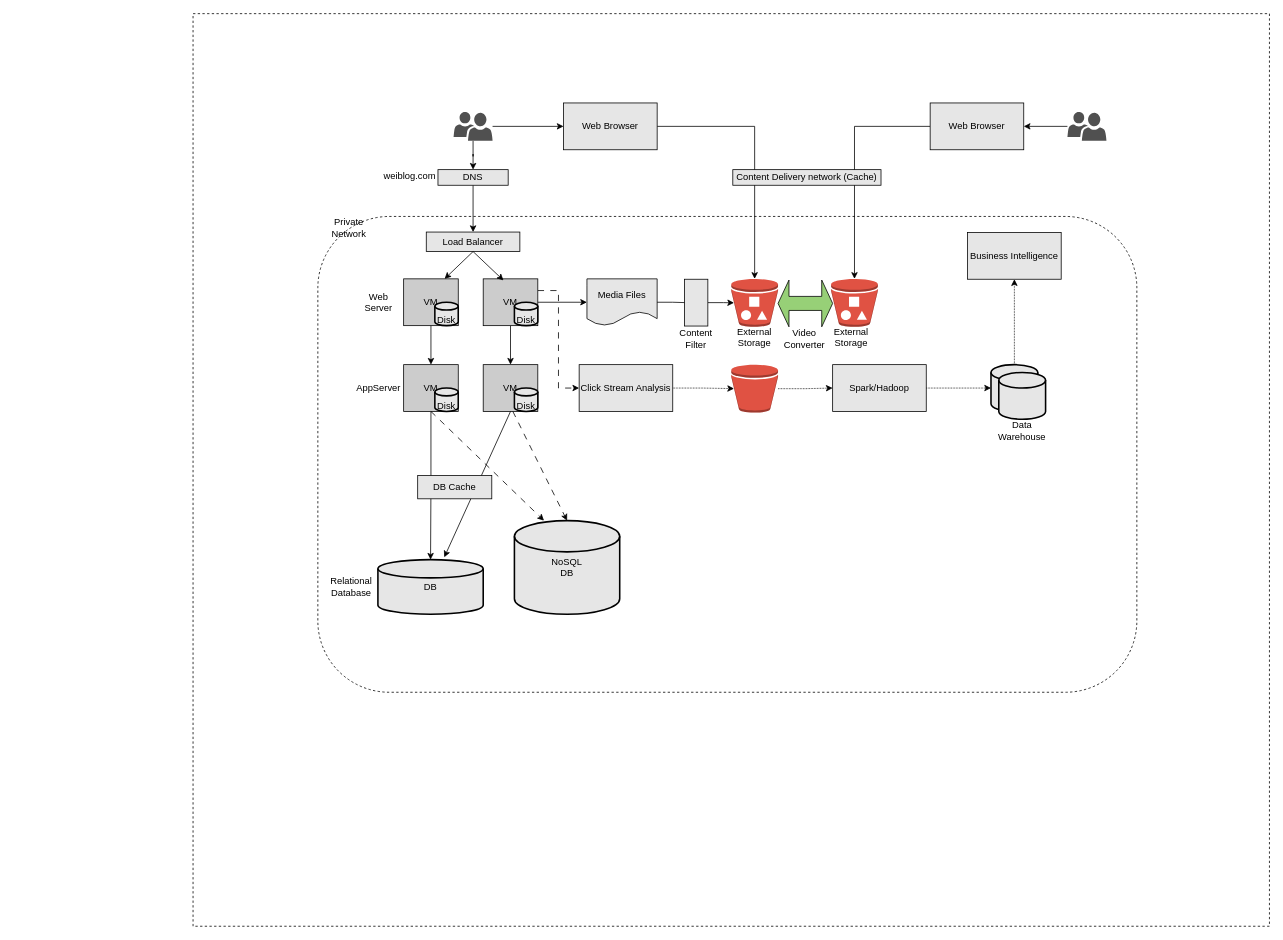
This is drawio/AWSIntro.drawio from GuilinDev/Notes, a draw.io file, before an edit. Source tidied: cells renumbered, new cells numbered last; positions are measured from the earlier drawing's top-left corner, leaving out a move shared by most shapes. Both pictures are drawn from the tidied source at 78%, with x=0, y=0 at pixel (193, 13).
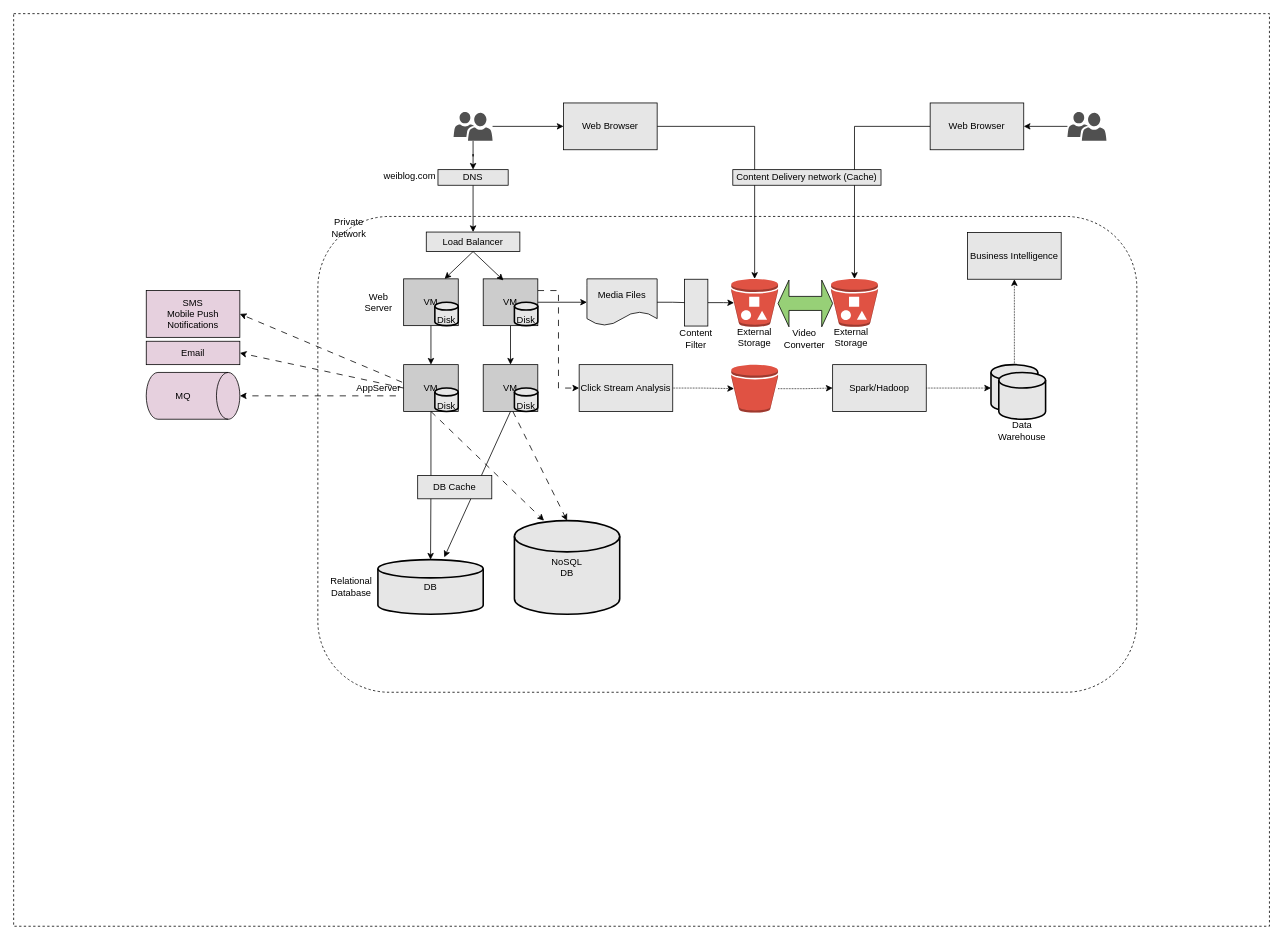
Above is the later version.

Unchanged cells that the change refers to:
```xml
<mxCell id="15" value="AppServer" style="text;html=1;strokeColor=none;fillColor=none;align=center;verticalAlign=middle;whiteSpace=wrap;rounded=0;dashed=1;" parent="1" vertex="1">
  <mxGeometry x="208" y="465" width="60" height="30" as="geometry" />
</mxCell>
```

What changed in the source:
```diff
@@
     <mxCell id="2" style="rounded=0;whiteSpace=wrap;html=1;dashed=1;" parent="1" vertex="1">
-      <mxGeometry width="1380" height="1170" as="geometry" />
+      <mxGeometry x="-230" width="1610" height="1170" as="geometry" />
     </mxCell>
@@
+    <mxCell id="65" value="SMS&lt;br&gt;Mobile Push Notifications" style="rounded=0;whiteSpace=wrap;html=1;fillColor=#E6D0DE;" parent="1" vertex="1">
+      <mxGeometry x="-60" y="355" width="120" height="60" as="geometry" />
+    </mxCell>
+    <mxCell id="66" style="endArrow=classic;html=1;rounded=0;exitX=1;exitY=0.25;exitDx=0;exitDy=0;entryX=1;entryY=0.5;entryDx=0;entryDy=0;dashed=1;dashPattern=8 8;" parent="1" edge="1" source="15" target="65">
+      <mxGeometry relative="1" as="geometry" />
+    </mxCell>
+    <mxCell id="67" value="Email" style="rounded=0;whiteSpace=wrap;html=1;fillColor=#E6D0DE;" parent="1" vertex="1">
+      <mxGeometry x="-60" y="420" width="120" height="30" as="geometry" />
+    </mxCell>
+    <mxCell id="68" value="MQ" style="shape=cylinder3;whiteSpace=wrap;html=1;boundedLbl=1;backgroundOutline=1;size=15;fillColor=#E6D0DE;direction=south;" parent="1" vertex="1">
+      <mxGeometry x="-60" y="460" width="120" height="60" as="geometry" />
+    </mxCell>
+    <mxCell id="69" style="endArrow=classic;html=1;rounded=0;entryX=1;entryY=0.5;entryDx=0;entryDy=0;dashed=1;dashPattern=8 8;" parent="1" edge="1" target="67">
+      <mxGeometry relative="1" as="geometry">
+        <mxPoint x="270" y="480" as="sourcePoint" />
+      </mxGeometry>
+    </mxCell>
+    <mxCell id="70" style="endArrow=classic;html=1;rounded=0;dashed=1;dashPattern=8 8;" parent="1" edge="1" target="68">
+      <mxGeometry relative="1" as="geometry">
+        <mxPoint x="260" y="490" as="sourcePoint" />
+      </mxGeometry>
+    </mxCell>
```
